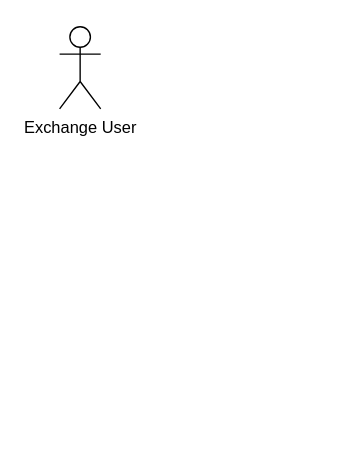
Earlier version of the draw.io diagram assets/AMM mechanism.drawio (xujiahuayz/bondingcurves). Source tidied: cells renumbered, new cells numbered last; positions are measured from the earlier drawing's top-left corner, leaving out a move shared by most shapes. Both pictures are drawn from the tidied source at 137%, with x=0, y=0 at pixel (59, 26).
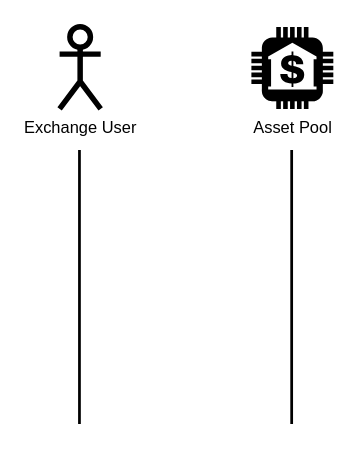
The same diagram, later.

The edit, as a diff of the source:
```diff
@@
 <mxGraphModel>
   <root>
     <mxCell id="0" />
     <mxCell id="1" parent="0" />
-    <mxCell id="2" value="Exchange User" style="shape=umlActor;verticalLabelPosition=bottom;verticalAlign=top;html=1;" parent="1" vertex="1">
+    <mxCell id="2" value="Exchange User" style="shape=umlActor;verticalLabelPosition=bottom;verticalAlign=top;html=1;strokeWidth=4;" parent="1" vertex="1">
       <mxGeometry width="30" height="60" as="geometry" />
     </mxCell>
+    <mxCell id="3" value="Asset Pool" style="dashed=0;verticalLabelPosition=bottom;verticalAlign=top;align=center;html=1;shape=mxgraph.aws3.bank;fillColor=#000000;gradientColor=none;" parent="1" vertex="1">
+      <mxGeometry x="140" y="0.2" width="59.8" height="59.8" as="geometry" />
+    </mxCell>
+    <mxCell id="4" style="endArrow=none;html=1;rounded=0;strokeWidth=2;" parent="1" edge="1">
+      <mxGeometry relative="1" as="geometry">
+        <mxPoint x="14.5" y="290" as="sourcePoint" />
+        <mxPoint x="14.5" y="90" as="targetPoint" />
+      </mxGeometry>
+    </mxCell>
+    <mxCell id="5" style="endArrow=none;html=1;rounded=0;strokeWidth=2;" parent="1" edge="1">
+      <mxGeometry relative="1" as="geometry">
+        <mxPoint x="169.4" y="290" as="sourcePoint" />
+        <mxPoint x="169.4" y="90" as="targetPoint" />
+      </mxGeometry>
+    </mxCell>
   </root>
 </mxGraphModel>
```
